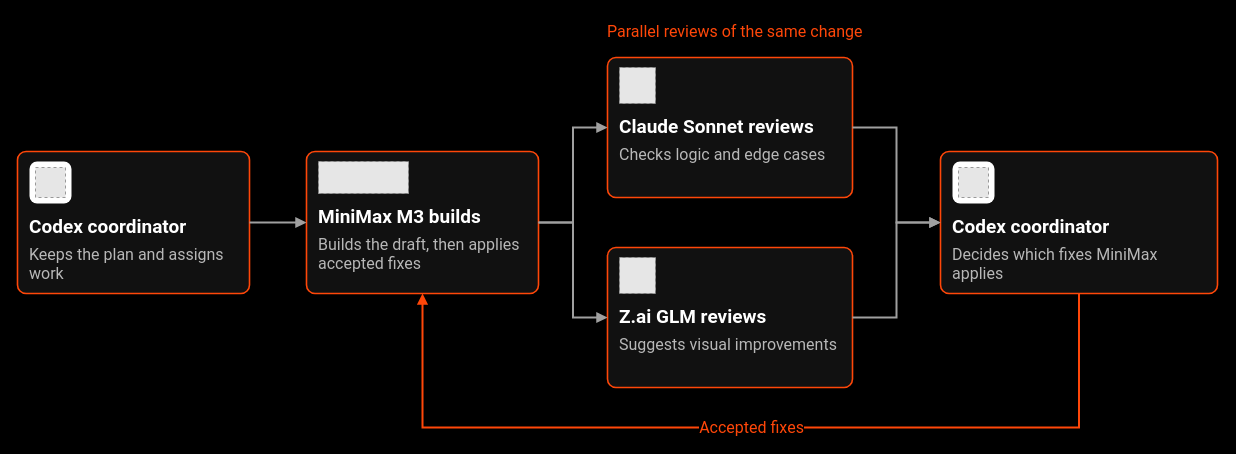
Max-FM/RDP-Train-the-Trainer-Workshop-2026 keeps this draw.io diagram as presentation/diagrams/model-handoffs.drawio. Above is the earlier version. Source tidied: cells renumbered, new cells numbered last; positions are measured from the earlier drawing's top-left corner, leaving out a move shared by most shapes. Both pictures are drawn from the tidied source at 100%, with x=0, y=0 at pixel (17, 17). Pictures stored in the file or linked from it are replaced by grey dashed boxes.
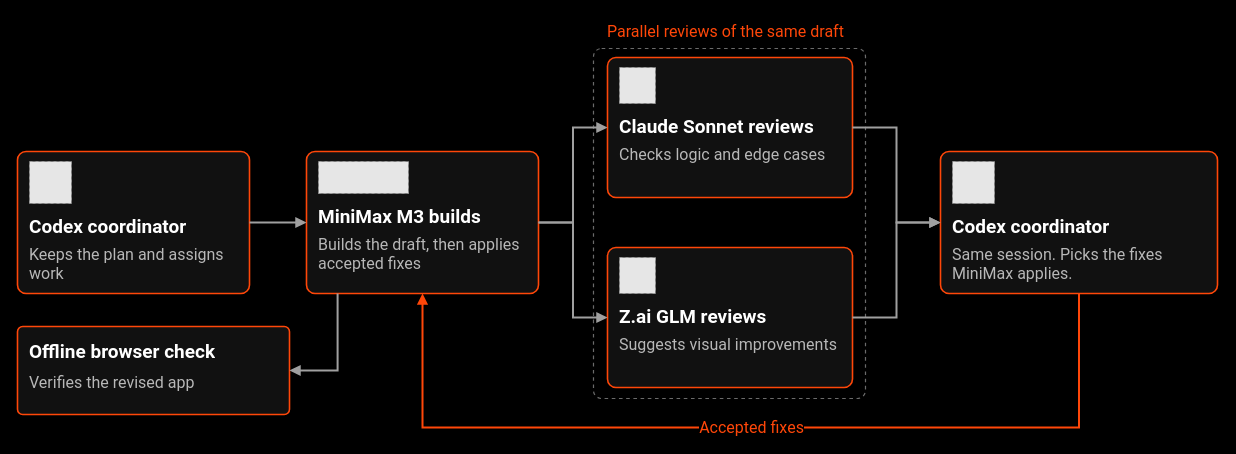
After the change.

Unchanged cells that the change refers to:
```xml
<mxCell id="7" style="rounded=1;arcSize=6;whiteSpace=wrap;html=1;fillColor=#111111;strokeColor=#FF4709;strokeWidth=1.6;" parent="1" vertex="1">
  <mxGeometry x="289" y="134" width="232" height="142" as="geometry" />
</mxCell>
```

What changed in the source:
```diff
@@
+    <mxCell id="31" style="rounded=1;arcSize=3;whiteSpace=wrap;html=1;fillColor=none;strokeColor=#6B6B6B;strokeWidth=1.2;dashed=1;" parent="1" vertex="1">
+      <mxGeometry x="576" y="31" width="272" height="350" as="geometry" />
+    </mxCell>
@@
-    <mxCell id="3" style="rounded=1;arcSize=18;whiteSpace=wrap;html=1;fillColor=#FFFFFF;strokeColor=none;" parent="1" vertex="1">
-      <mxGeometry x="12" y="144" width="42" height="42" as="geometry" />
-    </mxCell>
     <mxCell id="4" style="fillColor=#E6E6E6;strokeColor=#999999;dashed=1;html=1;" parent="1" vertex="1">
-      <mxGeometry x="18" y="150" width="30" height="30" as="geometry" />
+      <mxGeometry x="12" y="144" width="42" height="42" as="geometry" />
     </mxCell>
@@
-    <mxCell id="20" style="rounded=1;arcSize=18;whiteSpace=wrap;html=1;fillColor=#FFFFFF;strokeColor=none;" parent="1" vertex="1">
-      <mxGeometry x="935" y="144" width="42" height="42" as="geometry" />
-    </mxCell>
     <mxCell id="21" style="fillColor=#E6E6E6;strokeColor=#999999;dashed=1;html=1;" parent="1" vertex="1">
-      <mxGeometry x="941" y="150" width="30" height="30" as="geometry" />
+      <mxGeometry x="935" y="144" width="42" height="42" as="geometry" />
     </mxCell>
@@
-    <mxCell id="23" value="Decides which fixes MiniMax applies" style="text;html=1;whiteSpace=wrap;overflow=hidden;strokeColor=none;fillColor=none;spacing=0;align=left;verticalAlign=top;fontSize=16;fontColor=#B8B8B8;fontFamily=Roboto;" parent="1" vertex="1">
+    <mxCell id="23" value="Same session. Picks the fixes MiniMax applies." style="text;html=1;whiteSpace=wrap;overflow=hidden;strokeColor=none;fillColor=none;spacing=0;align=left;verticalAlign=top;fontSize=16;fontColor=#B8B8B8;fontFamily=Roboto;" parent="1" vertex="1">
       <mxGeometry x="935" y="223" width="253" height="45" as="geometry" />
     </mxCell>
-    <mxCell id="24" value="Parallel reviews of the same change" style="text;html=1;whiteSpace=wrap;overflow=hidden;strokeColor=none;fillColor=none;spacing=0;align=left;verticalAlign=top;fontSize=16;fontColor=#FF4709;fontFamily=Roboto;" parent="1" vertex="1">
+    <mxCell id="24" value="Parallel reviews of the same draft" style="text;html=1;whiteSpace=wrap;overflow=hidden;strokeColor=none;fillColor=none;spacing=0;align=left;verticalAlign=top;fontSize=16;fontColor=#FF4709;fontFamily=Roboto;" parent="1" vertex="1">
       <mxGeometry x="590" width="295" height="27" as="geometry" />
     </mxCell>
@@
+    <mxCell id="32" style="rounded=1;arcSize=6;whiteSpace=wrap;html=1;fillColor=#111111;strokeColor=#FF4709;strokeWidth=1.6;" parent="1" vertex="1">
+      <mxGeometry y="309" width="272" height="88" as="geometry" />
+    </mxCell>
+    <mxCell id="33" value="Offline browser check" style="text;html=1;whiteSpace=wrap;overflow=hidden;strokeColor=none;fillColor=none;spacing=0;align=left;verticalAlign=top;fontFamily=Roboto;fontSize=19;fontColor=#FFFFFF;fontStyle=1;" parent="1" vertex="1">
+      <mxGeometry x="12" y="319" width="248" height="26" as="geometry" />
+    </mxCell>
+    <mxCell id="34" value="Verifies the revised app" style="text;html=1;whiteSpace=wrap;overflow=hidden;strokeColor=none;fillColor=none;spacing=0;align=left;verticalAlign=top;fontFamily=Roboto;fontSize=16;fontColor=#B8B8B8;" parent="1" vertex="1">
+      <mxGeometry x="12" y="351" width="248" height="40" as="geometry" />
+    </mxCell>
+    <mxCell id="35" style="edgeStyle=orthogonalEdgeStyle;rounded=0;html=1;strokeColor=#A0A0A0;strokeWidth=2;endArrow=block;endFill=1;exitX=0.134;exitY=1;entryX=1;entryY=0.5;" parent="1" edge="1" source="7" target="32">
+      <mxGeometry relative="1" as="geometry" />
+    </mxCell>
```
